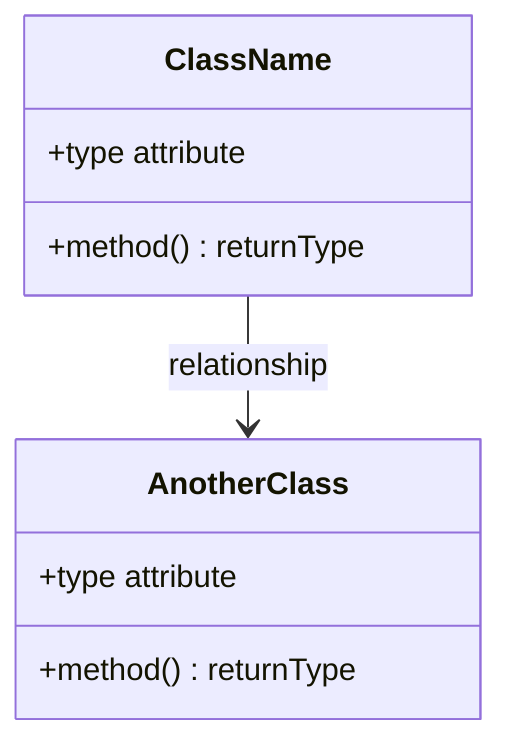
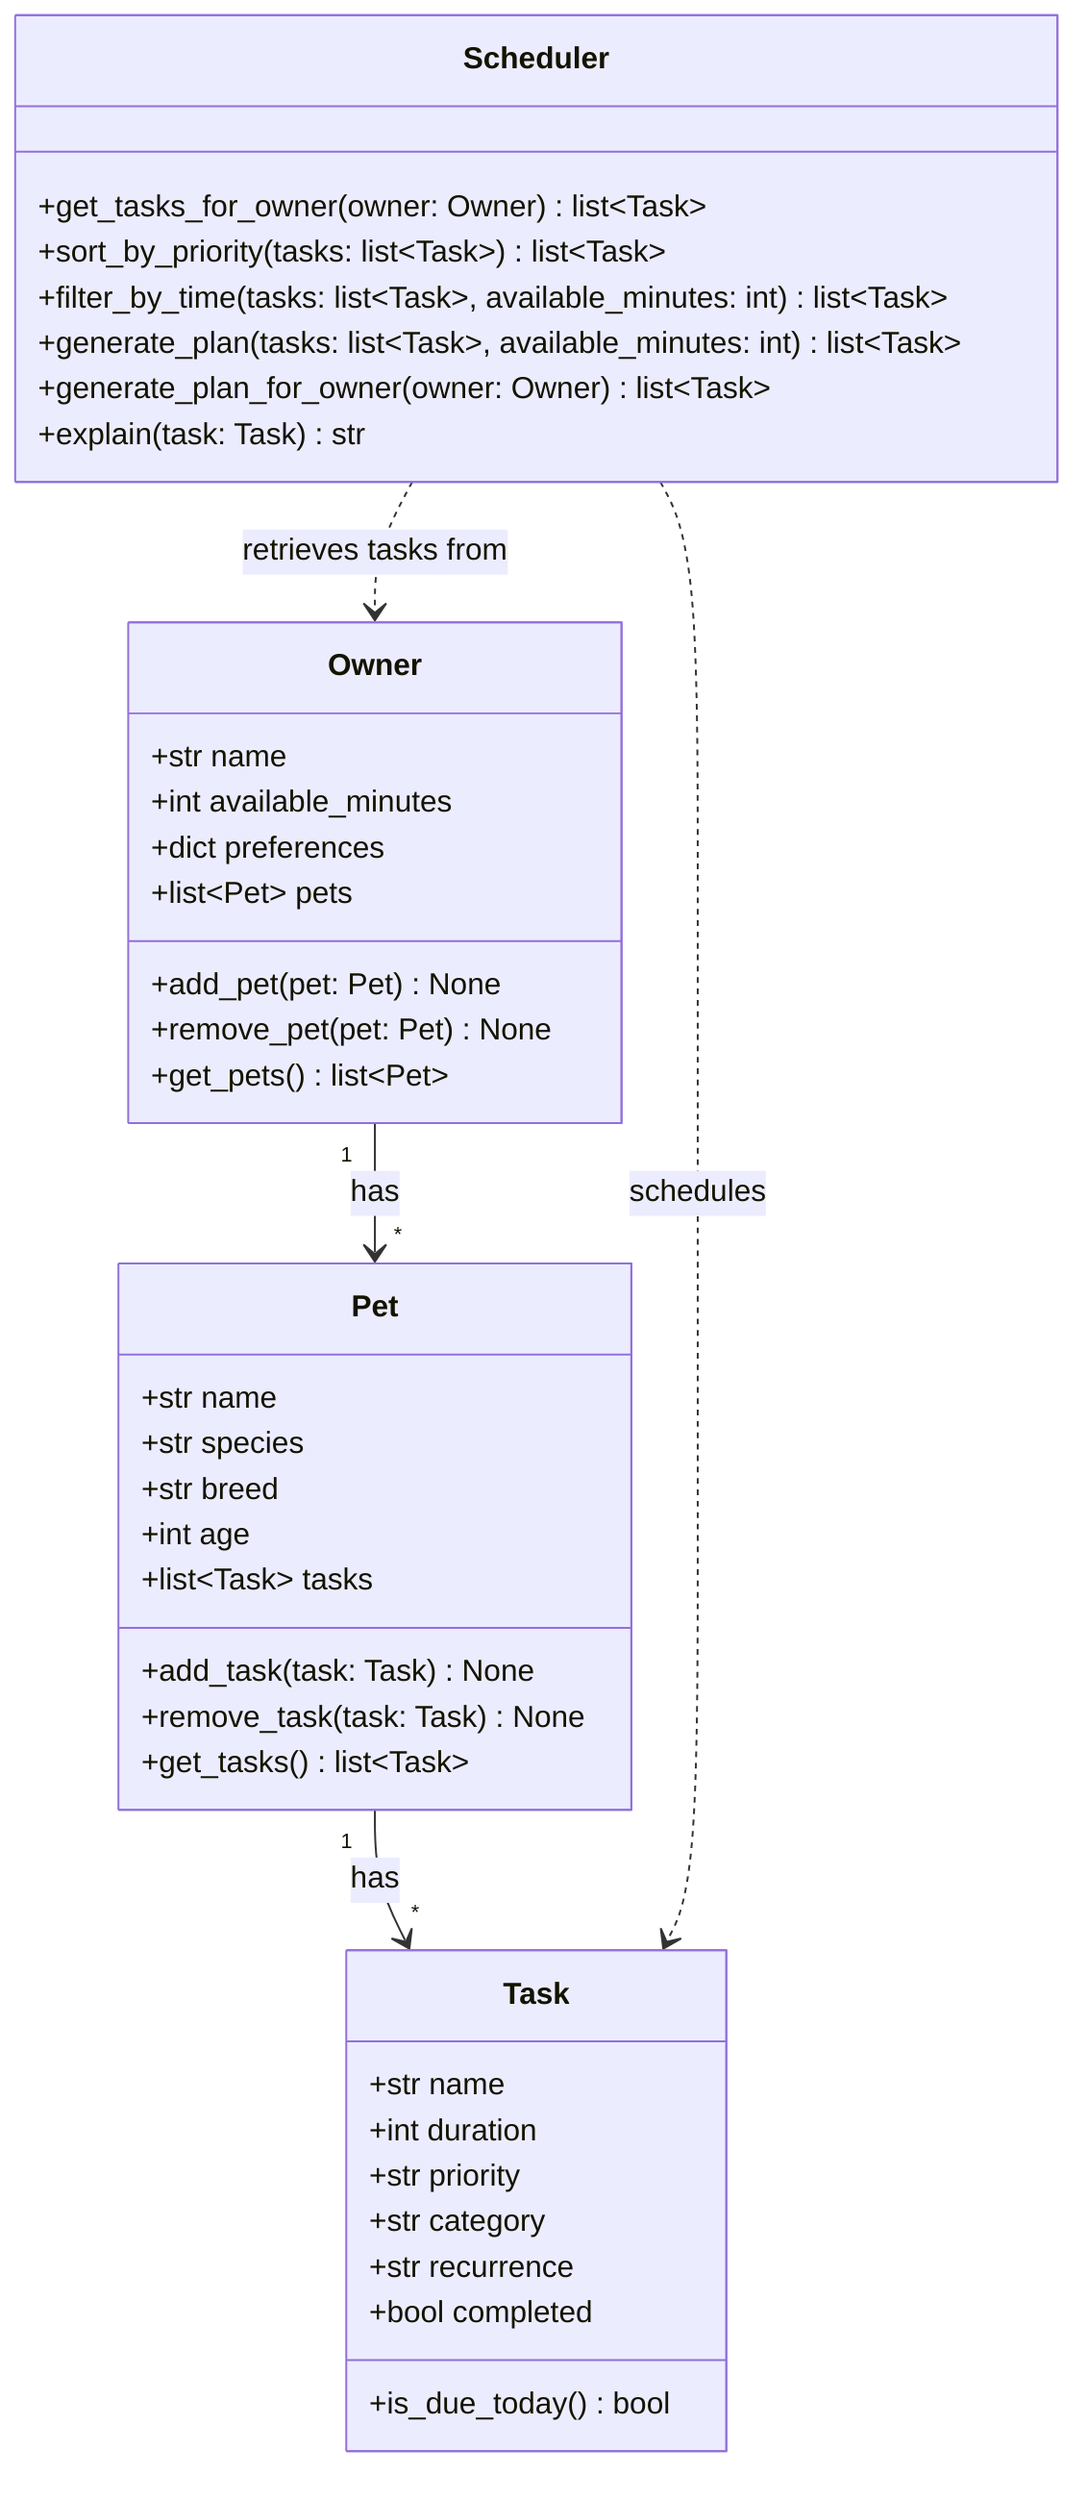
classDiagram
-     %% Replace the placeholders below with your actual classes, attributes, methods, and relationships.
-     %% Keep this file updated so it matches your final implementation.
- 
-     class ClassName {
-         +type attribute
-         +method() returnType
+     class Owner {
+         +str name
+         +int available_minutes
+         +dict preferences
+         +list~Pet~ pets
+         +add_pet(pet: Pet) None
+         +remove_pet(pet: Pet) None
+         +get_pets() list~Pet~
    }

-     class AnotherClass {
-         +type attribute
-         +method() returnType
+     class Pet {
+         +str name
+         +str species
+         +str breed
+         +int age
+         +list~Task~ tasks
+         +add_task(task: Task) None
+         +remove_task(task: Task) None
+         +get_tasks() list~Task~
    }

-     ClassName --> AnotherClass : relationship
+     class Task {
+         +str name
+         +int duration
+         +str priority
+         +str category
+         +str recurrence
+         +bool completed
+         +is_due_today() bool
+     }
+ 
+     class Scheduler {
+         +get_tasks_for_owner(owner: Owner) list~Task~
+         +sort_by_priority(tasks: list~Task~) list~Task~
+         +filter_by_time(tasks: list~Task~, available_minutes: int) list~Task~
+         +generate_plan(tasks: list~Task~, available_minutes: int) list~Task~
+         +generate_plan_for_owner(owner: Owner) list~Task~
+         +explain(task: Task) str
+     }
+ 
+     Owner "1" --> "*" Pet : has
+     Pet "1" --> "*" Task : has
+     Scheduler ..> Task : schedules
+     Scheduler ..> Owner : retrieves tasks from
